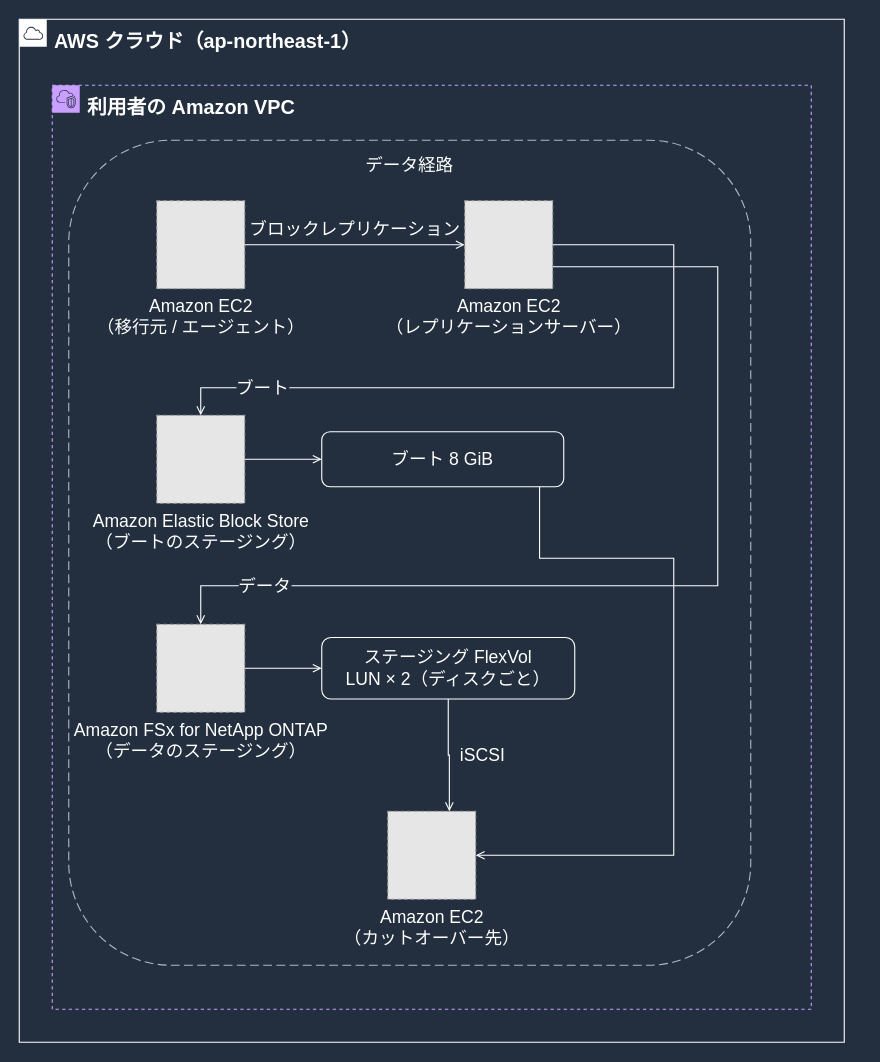
This is docs/_assets/diagrams/atx-fsxn-data-path-dark.drawio from Yoshiki0705/vmware-migration-ec2-ontap, a draw.io file, before an edit. Source tidied: cells renumbered, new cells numbered last; positions are measured from the earlier drawing's top-left corner, leaving out a move shared by most shapes. Both pictures are drawn from the tidied source at 110%, with x=0, y=0 at pixel (19, 19). Pictures stored in the file or linked from it are replaced by grey dashed boxes.
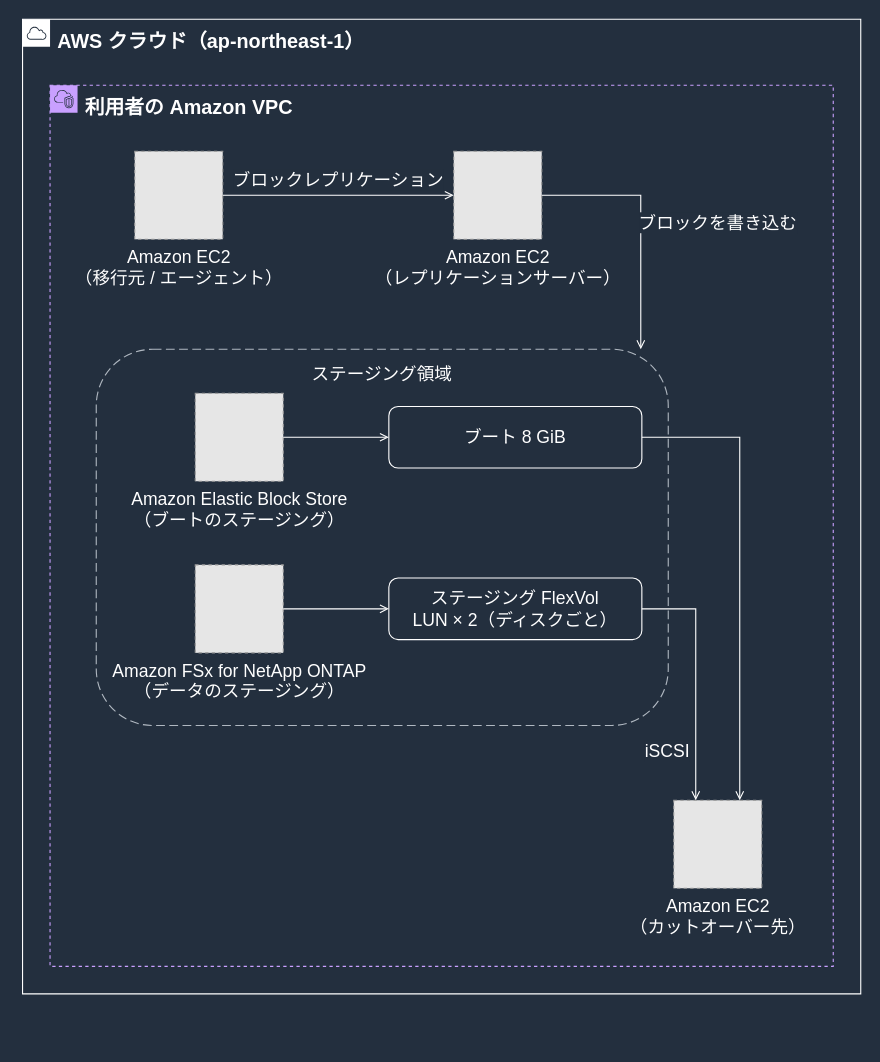
The same diagram, later.

Change to the diagram source:
```diff
@@
     <mxCell id="2" value="AWS クラウド（ap-northeast-1）" style="gradientColor=none;html=1;whiteSpace=wrap;fontSize=18;fontStyle=1;fontColor=#FFFFFF;shape=mxgraph.aws4.group;grIcon=mxgraph.aws4.group_aws_cloud;strokeColor=#FFFFFF;fillColor=none;verticalAlign=top;align=left;spacingLeft=30;spacingTop=4;dashed=0;" parent="1" vertex="1">
-      <mxGeometry width="750" height="930" as="geometry" />
+      <mxGeometry x="3" width="762" height="886" as="geometry" />
     </mxCell>
     <mxCell id="3" value="利用者の Amazon VPC" style="gradientColor=none;html=1;whiteSpace=wrap;fontSize=18;fontStyle=1;fontColor=#FFFFFF;shape=mxgraph.aws4.group;grIcon=mxgraph.aws4.group_vpc2;strokeColor=#C9A0FF;fillColor=none;verticalAlign=top;align=left;spacingLeft=30;spacingTop=4;dashed=1;" parent="1" vertex="1">
-      <mxGeometry x="30" y="60" width="690" height="840" as="geometry" />
+      <mxGeometry x="28" y="60" width="712" height="801" as="geometry" />
     </mxCell>
-    <mxCell id="4" value="データ経路" style="rounded=1;whiteSpace=wrap;html=1;dashed=1;dashPattern=8 4;strokeColor=#B0B8C1;fillColor=none;fontColor=#FFFFFF;fontSize=16;verticalAlign=top;align=center;spacingTop=6;" parent="1" vertex="1">
-      <mxGeometry x="45" y="110" width="620" height="750" as="geometry" />
-    </mxCell>
+    <mxCell id="19" value="ステージング領域" style="rounded=1;whiteSpace=wrap;html=1;dashed=1;dashPattern=8 4;strokeColor=#B0B8C1;fillColor=none;fontColor=#FFFFFF;fontSize=16;verticalAlign=top;align=center;spacingTop=6;" parent="1" vertex="1">
+      <mxGeometry x="70" y="300" width="520" height="342" as="geometry" />
+    </mxCell>
     <mxCell id="5" value="ブート 8 GiB" style="rounded=1;whiteSpace=wrap;html=1;strokeColor=#FFFFFF;fillColor=none;fontColor=#FFFFFF;fontSize=16;verticalAlign=middle;align=center;" parent="1" vertex="1">
-      <mxGeometry x="275" y="375" width="220" height="50" as="geometry" />
+      <mxGeometry x="336" y="352" width="230" height="56" as="geometry" />
     </mxCell>
     <mxCell id="6" value="ステージング FlexVol&#10;LUN × 2（ディスクごと）" style="rounded=1;whiteSpace=wrap;html=1;strokeColor=#FFFFFF;fillColor=none;fontColor=#FFFFFF;fontSize=16;verticalAlign=middle;align=center;" parent="1" vertex="1">
-      <mxGeometry x="275" y="562" width="230" height="56" as="geometry" />
+      <mxGeometry x="336" y="508" width="230" height="56" as="geometry" />
     </mxCell>
     <mxCell id="7" value="Amazon EC2&#10;（移行元 / エージェント）" style="fillColor=#E6E6E6;strokeColor=#999999;dashed=1;html=1;verticalLabelPosition=bottom;verticalAlign=top;labelPosition=center;align=center;fontSize=16;fontColor=#FFFFFF;" parent="1" vertex="1">
-      <mxGeometry x="125" y="165" width="80" height="80" as="geometry" />
+      <mxGeometry x="105" y="120" width="80" height="80" as="geometry" />
     </mxCell>
     <mxCell id="8" value="Amazon EC2&#10;（レプリケーションサーバー）" style="fillColor=#E6E6E6;strokeColor=#999999;dashed=1;html=1;verticalLabelPosition=bottom;verticalAlign=top;labelPosition=center;align=center;fontSize=16;fontColor=#FFFFFF;" parent="1" vertex="1">
-      <mxGeometry x="405" y="165" width="80" height="80" as="geometry" />
+      <mxGeometry x="395" y="120" width="80" height="80" as="geometry" />
     </mxCell>
     <mxCell id="9" value="Amazon Elastic Block Store&#10;（ブートのステージング）" style="fillColor=#E6E6E6;strokeColor=#999999;dashed=1;html=1;verticalLabelPosition=bottom;verticalAlign=top;labelPosition=center;align=center;fontSize=16;fontColor=#FFFFFF;" parent="1" vertex="1">
-      <mxGeometry x="125" y="360" width="80" height="80" as="geometry" />
+      <mxGeometry x="160" y="340" width="80" height="80" as="geometry" />
     </mxCell>
     <mxCell id="10" value="Amazon FSx for NetApp ONTAP&#10;（データのステージング）" style="fillColor=#E6E6E6;strokeColor=#999999;dashed=1;html=1;verticalLabelPosition=bottom;verticalAlign=top;labelPosition=center;align=center;fontSize=16;fontColor=#FFFFFF;" parent="1" vertex="1">
-      <mxGeometry x="125" y="550" width="80" height="80" as="geometry" />
+      <mxGeometry x="160" y="496" width="80" height="80" as="geometry" />
     </mxCell>
     <mxCell id="11" value="Amazon EC2&#10;（カットオーバー先）" style="fillColor=#E6E6E6;strokeColor=#999999;dashed=1;html=1;verticalLabelPosition=bottom;verticalAlign=top;labelPosition=center;align=center;fontSize=16;fontColor=#FFFFFF;" parent="1" vertex="1">
-      <mxGeometry x="335" y="720" width="80" height="80" as="geometry" />
+      <mxGeometry x="595" y="710" width="80" height="80" as="geometry" />
     </mxCell>
@@
-    <mxCell id="13" value="ブート" style="edgeStyle=orthogonalEdgeStyle;rounded=0;html=1;endArrow=open;endFill=0;strokeColor=#FFFFFF;strokeWidth=1;fontSize=16;fontColor=#FFFFFF;labelBackgroundColor=#232F3E;exitX=1;exitY=0.5;exitDx=0;exitDy=0;entryX=0.5;entryY=0;entryDx=0;entryDy=0;" parent="1" edge="1" source="8" target="9">
-      <mxGeometry x="0.9" relative="1" as="geometry">
+    <mxCell id="13" value="ブロックを書き込む" style="edgeStyle=orthogonalEdgeStyle;rounded=0;html=1;endArrow=open;endFill=0;strokeColor=#FFFFFF;strokeWidth=1;fontSize=16;fontColor=#FFFFFF;labelBackgroundColor=#232F3E;exitX=1;exitY=0.5;exitDx=0;exitDy=0;entryX=0.952;entryY=0;entryDx=0;entryDy=0;" parent="1" edge="1" source="8" target="19">
+      <mxGeometry relative="1" as="geometry">
         <Array as="points">
-          <mxPoint x="595" y="205" />
-          <mxPoint x="595" y="335" />
-          <mxPoint x="165" y="335" />
+          <mxPoint x="565" y="160" />
         </Array>
-        <mxPoint x="46" as="offset" />
+        <mxPoint x="70" as="offset" />
       </mxGeometry>
     </mxCell>
-    <mxCell id="14" value="データ" style="edgeStyle=orthogonalEdgeStyle;rounded=0;html=1;endArrow=open;endFill=0;strokeColor=#FFFFFF;strokeWidth=1;fontSize=16;fontColor=#FFFFFF;labelBackgroundColor=#232F3E;exitX=1;exitY=0.75;exitDx=0;exitDy=0;entryX=0.5;entryY=0;entryDx=0;entryDy=0;" parent="1" edge="1" source="8" target="10">
-      <mxGeometry x="0.9" relative="1" as="geometry">
-        <Array as="points">
-          <mxPoint x="635" y="225" />
-          <mxPoint x="635" y="515" />
-          <mxPoint x="165" y="515" />
-        </Array>
-        <mxPoint x="46" as="offset" />
-      </mxGeometry>
+    <mxCell id="14" style="edgeStyle=orthogonalEdgeStyle;rounded=0;html=1;endArrow=open;endFill=0;strokeColor=#FFFFFF;strokeWidth=1;fontSize=16;fontColor=#FFFFFF;labelBackgroundColor=#232F3E;exitX=1;exitY=0.5;exitDx=0;exitDy=0;entryX=0;entryY=0.5;entryDx=0;entryDy=0;" parent="1" edge="1" source="9" target="5">
+      <mxGeometry relative="1" as="geometry" />
     </mxCell>
-    <mxCell id="15" style="edgeStyle=orthogonalEdgeStyle;rounded=0;html=1;endArrow=open;endFill=0;strokeColor=#FFFFFF;strokeWidth=1;fontSize=16;fontColor=#FFFFFF;labelBackgroundColor=#232F3E;exitX=1;exitY=0.5;exitDx=0;exitDy=0;entryX=0;entryY=0.5;entryDx=0;entryDy=0;" parent="1" edge="1" source="9" target="5">
+    <mxCell id="15" style="edgeStyle=orthogonalEdgeStyle;rounded=0;html=1;endArrow=open;endFill=0;strokeColor=#FFFFFF;strokeWidth=1;fontSize=16;fontColor=#FFFFFF;labelBackgroundColor=#232F3E;exitX=1;exitY=0.5;exitDx=0;exitDy=0;entryX=0;entryY=0.5;entryDx=0;entryDy=0;" parent="1" edge="1" source="10" target="6">
       <mxGeometry relative="1" as="geometry" />
     </mxCell>
-    <mxCell id="16" style="edgeStyle=orthogonalEdgeStyle;rounded=0;html=1;endArrow=open;endFill=0;strokeColor=#FFFFFF;strokeWidth=1;fontSize=16;fontColor=#FFFFFF;labelBackgroundColor=#232F3E;exitX=1;exitY=0.5;exitDx=0;exitDy=0;entryX=0;entryY=0.5;entryDx=0;entryDy=0;" parent="1" edge="1" source="10" target="6">
-      <mxGeometry relative="1" as="geometry" />
+    <mxCell id="16" style="edgeStyle=orthogonalEdgeStyle;rounded=0;html=1;endArrow=open;endFill=0;strokeColor=#FFFFFF;strokeWidth=1;fontSize=16;fontColor=#FFFFFF;labelBackgroundColor=#232F3E;exitX=1;exitY=0.5;exitDx=0;exitDy=0;entryX=0.75;entryY=0;entryDx=0;entryDy=0;" parent="1" edge="1" source="5" target="11">
+      <mxGeometry relative="1" as="geometry">
+        <Array as="points">
+          <mxPoint x="655" y="380" />
+        </Array>
+      </mxGeometry>
     </mxCell>
-    <mxCell id="17" style="edgeStyle=orthogonalEdgeStyle;rounded=0;html=1;endArrow=open;endFill=0;strokeColor=#FFFFFF;strokeWidth=1;fontSize=16;fontColor=#FFFFFF;labelBackgroundColor=#232F3E;exitX=0.9;exitY=1;exitDx=0;exitDy=0;entryX=1;entryY=0.5;entryDx=0;entryDy=0;" parent="1" edge="1" source="5" target="11">
-      <mxGeometry relative="1" as="geometry">
+    <mxCell id="17" value="iSCSI" style="edgeStyle=orthogonalEdgeStyle;rounded=0;html=1;endArrow=open;endFill=0;strokeColor=#FFFFFF;strokeWidth=1;fontSize=16;fontColor=#FFFFFF;labelBackgroundColor=#232F3E;exitX=1;exitY=0.5;exitDx=0;exitDy=0;entryX=0.25;entryY=0;entryDx=0;entryDy=0;" parent="1" edge="1" source="6" target="11">
+      <mxGeometry x="0.6" relative="1" as="geometry">
         <Array as="points">
-          <mxPoint x="473" y="490" />
-          <mxPoint x="595" y="490" />
-          <mxPoint x="595" y="760" />
+          <mxPoint x="615" y="536" />
         </Array>
+        <mxPoint x="-26" as="offset" />
       </mxGeometry>
     </mxCell>
-    <mxCell id="18" value="iSCSI" style="edgeStyle=orthogonalEdgeStyle;rounded=0;html=1;endArrow=open;endFill=0;strokeColor=#FFFFFF;strokeWidth=1;fontSize=16;fontColor=#FFFFFF;labelBackgroundColor=#232F3E;exitX=0.5;exitY=1;exitDx=0;exitDy=0;entryX=0.7;entryY=0;entryDx=0;entryDy=0;" parent="1" edge="1" source="6" target="11">
-      <mxGeometry relative="1" as="geometry">
-        <mxPoint x="30" as="offset" />
-      </mxGeometry>
-    </mxCell>
```
